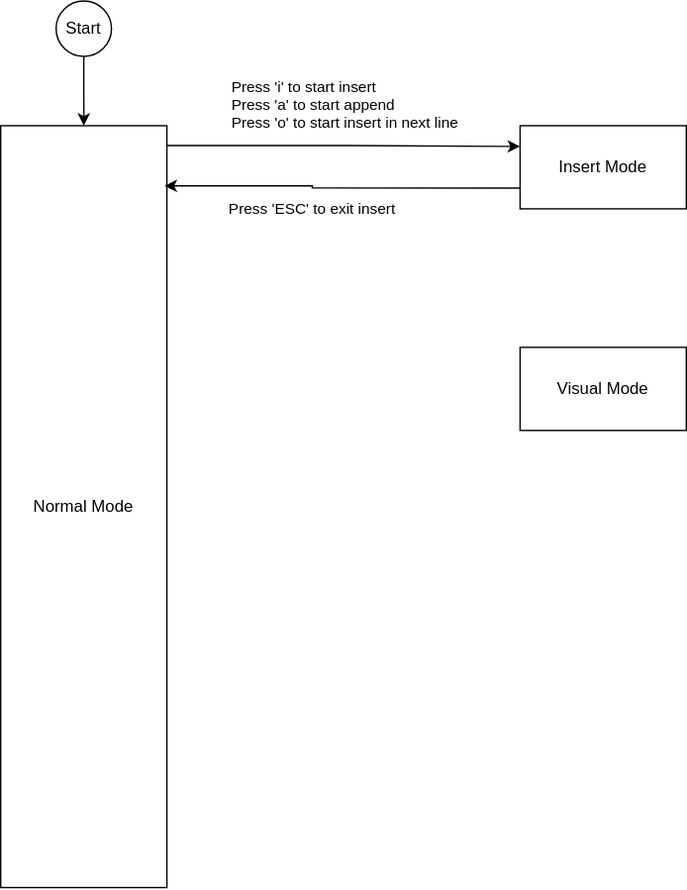
rsvim/rfc keeps this draw.io diagram as images/5-EditingMode.1.drawio.svg. Above is the earlier version. Source tidied: cells renumbered, new cells last; positions are measured from the earlier drawing's top-left corner, leaving out a move shared by most shapes. The source it was exported from:
```xml
<mxGraphModel>
  <root>
    <mxCell id="0" />
    <mxCell id="1" parent="0" />
    <mxCell id="2" style="edgeStyle=orthogonalEdgeStyle;rounded=0;jettySize=auto;html=1;entryX=0;entryY=0.25;entryDx=0;entryDy=0;exitX=0.992;exitY=0.026;exitDx=0;exitDy=0;exitPerimeter=0;" parent="1" edge="1" source="4" target="9">
      <mxGeometry relative="1" as="geometry" />
    </mxCell>
    <mxCell id="3" value="Press 'i' to start insert&amp;nbsp;&lt;div&gt;&lt;span style=&quot;background-color: light-dark(#ffffff, var(--ge-dark-color, #121212)); color: light-dark(rgb(0, 0, 0), rgb(255, 255, 255));&quot;&gt;Press 'a' to start append&lt;/span&gt;&lt;/div&gt;&lt;div&gt;&lt;span style=&quot;background-color: light-dark(#ffffff, var(--ge-dark-color, #121212)); color: light-dark(rgb(0, 0, 0), rgb(255, 255, 255));&quot;&gt;Press 'o' to start insert in next line&lt;/span&gt;&lt;/div&gt;" style="edgeLabel;html=1;align=left;verticalAlign=middle;" parent="2" vertex="1">
      <mxGeometry x="-0.33" y="-1" relative="1" as="geometry">
        <mxPoint x="-41" y="-31" as="offset" />
      </mxGeometry>
    </mxCell>
    <mxCell id="4" value="Normal Mode" style="rounded=0;whiteSpace=wrap;html=1;" parent="1" vertex="1">
      <mxGeometry y="90" width="120" height="550" as="geometry" />
    </mxCell>
    <mxCell id="5" style="edgeStyle=orthogonalEdgeStyle;rounded=0;jettySize=auto;html=1;entryX=0.5;entryY=0;entryDx=0;entryDy=0;" parent="1" edge="1" source="6">
      <mxGeometry relative="1" as="geometry">
        <mxPoint x="60" y="90" as="targetPoint" />
        <Array as="points">
          <mxPoint x="60" y="80" />
          <mxPoint x="60" y="80" />
        </Array>
      </mxGeometry>
    </mxCell>
    <mxCell id="6" value="Start" style="ellipse;whiteSpace=wrap;html=1;" parent="1" vertex="1">
      <mxGeometry x="40" width="40" height="40" as="geometry" />
    </mxCell>
    <mxCell id="7" style="edgeStyle=orthogonalEdgeStyle;rounded=0;jettySize=auto;html=1;entryX=0.986;entryY=0.079;entryDx=0;entryDy=0;exitX=0;exitY=0.75;exitDx=0;exitDy=0;entryPerimeter=0;" parent="1" edge="1" source="9" target="4">
      <mxGeometry relative="1" as="geometry">
        <Array as="points">
          <mxPoint x="225" y="135" />
          <mxPoint x="225" y="133" />
        </Array>
      </mxGeometry>
    </mxCell>
    <mxCell id="8" value="Press 'ESC' to exit insert" style="edgeLabel;html=1;align=left;verticalAlign=middle;" parent="7" vertex="1">
      <mxGeometry x="0.11" y="-1" relative="1" as="geometry">
        <mxPoint x="-69" y="16" as="offset" />
      </mxGeometry>
    </mxCell>
    <mxCell id="9" value="Insert Mode" style="rounded=0;whiteSpace=wrap;html=1;" parent="1" vertex="1">
      <mxGeometry x="375" y="90" width="120" height="60" as="geometry" />
    </mxCell>
    <mxCell id="10" value="Visual Mode" style="rounded=0;whiteSpace=wrap;html=1;" parent="1" vertex="1">
      <mxGeometry x="375" y="250" width="120" height="60" as="geometry" />
    </mxCell>
  </root>
</mxGraphModel>
```
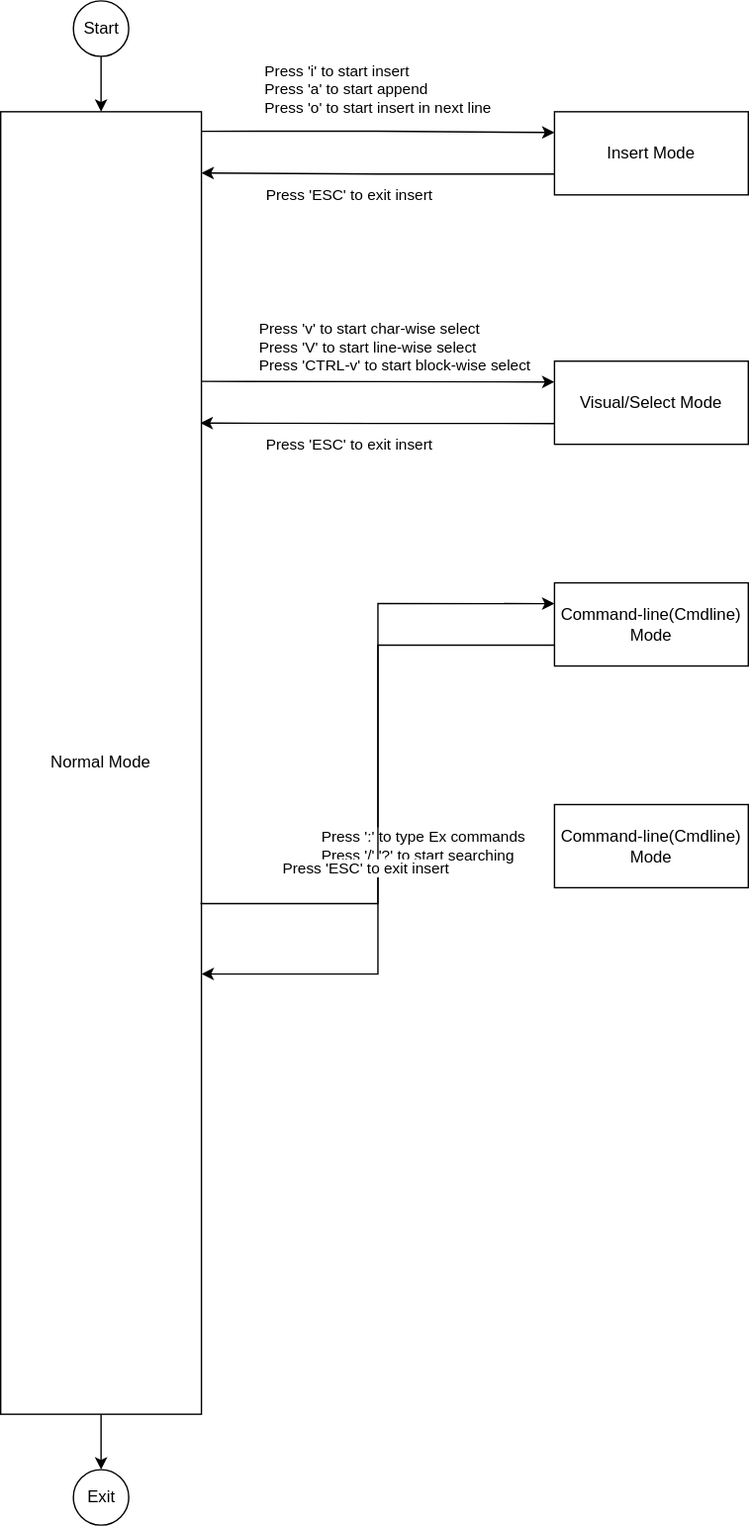
After the commit.

Diff of the diagram source:
```diff
@@ -2,7 +2,7 @@
   <root>
     <mxCell id="0" />
     <mxCell id="1" parent="0" />
-    <mxCell id="2" style="edgeStyle=orthogonalEdgeStyle;rounded=0;jettySize=auto;html=1;entryX=0;entryY=0.25;entryDx=0;entryDy=0;exitX=0.992;exitY=0.026;exitDx=0;exitDy=0;exitPerimeter=0;" parent="1" edge="1" source="4" target="9">
+    <mxCell id="2" style="edgeStyle=orthogonalEdgeStyle;rounded=0;jettySize=auto;html=1;entryX=0;entryY=0.25;entryDx=0;entryDy=0;exitX=0.995;exitY=0.015;exitDx=0;exitDy=0;exitPerimeter=0;" parent="1" edge="1" source="4" target="9">
       <mxGeometry relative="1" as="geometry" />
     </mxCell>
     <mxCell id="3" value="Press 'i' to start insert&amp;nbsp;&lt;div&gt;&lt;span style=&quot;background-color: light-dark(#ffffff, var(--ge-dark-color, #121212)); color: light-dark(rgb(0, 0, 0), rgb(255, 255, 255));&quot;&gt;Press 'a' to start append&lt;/span&gt;&lt;/div&gt;&lt;div&gt;&lt;span style=&quot;background-color: light-dark(#ffffff, var(--ge-dark-color, #121212)); color: light-dark(rgb(0, 0, 0), rgb(255, 255, 255));&quot;&gt;Press 'o' to start insert in next line&lt;/span&gt;&lt;/div&gt;" style="edgeLabel;html=1;align=left;verticalAlign=middle;" parent="2" vertex="1">
@@ -10,28 +10,28 @@
         <mxPoint x="-41" y="-31" as="offset" />
       </mxGeometry>
     </mxCell>
+    <mxCell id="11" style="edgeStyle=orthogonalEdgeStyle;rounded=0;jettySize=auto;html=1;entryX=0;entryY=0.25;entryDx=0;entryDy=0;exitX=0.991;exitY=0.207;exitDx=0;exitDy=0;exitPerimeter=0;" parent="1" edge="1" source="4" target="10">
+      <mxGeometry relative="1" as="geometry" />
+    </mxCell>
+    <mxCell id="12" value="Press 'v' to start char-wise select&lt;div&gt;Press 'V' to start line-wise select&lt;/div&gt;&lt;div&gt;Press 'CTRL-v' to start block-wise select&lt;/div&gt;" style="edgeLabel;html=1;align=left;verticalAlign=middle;" parent="11" vertex="1">
+      <mxGeometry x="-0.39" y="-1" relative="1" as="geometry">
+        <mxPoint x="-37" y="-26" as="offset" />
+      </mxGeometry>
+    </mxCell>
+    <mxCell id="13" style="edgeStyle=orthogonalEdgeStyle;rounded=0;jettySize=auto;html=1;entryX=0.5;entryY=0;entryDx=0;entryDy=0;" parent="1" edge="1" source="4" target="18">
+      <mxGeometry relative="1" as="geometry" />
+    </mxCell>
     <mxCell id="4" value="Normal Mode" style="rounded=0;whiteSpace=wrap;html=1;" parent="1" vertex="1">
-      <mxGeometry y="90" width="120" height="550" as="geometry" />
+      <mxGeometry x="-25" y="70" width="145" height="940" as="geometry" />
     </mxCell>
-    <mxCell id="5" style="edgeStyle=orthogonalEdgeStyle;rounded=0;jettySize=auto;html=1;entryX=0.5;entryY=0;entryDx=0;entryDy=0;" parent="1" edge="1" source="6">
-      <mxGeometry relative="1" as="geometry">
-        <mxPoint x="60" y="90" as="targetPoint" />
-        <Array as="points">
-          <mxPoint x="60" y="80" />
-          <mxPoint x="60" y="80" />
-        </Array>
-      </mxGeometry>
-    </mxCell>
+    <mxCell id="14" style="edgeStyle=orthogonalEdgeStyle;rounded=0;jettySize=auto;html=1;entryX=0.5;entryY=0;entryDx=0;entryDy=0;" parent="1" edge="1" source="6" target="4">
+      <mxGeometry relative="1" as="geometry" />
+    </mxCell>
     <mxCell id="6" value="Start" style="ellipse;whiteSpace=wrap;html=1;" parent="1" vertex="1">
-      <mxGeometry x="40" width="40" height="40" as="geometry" />
+      <mxGeometry x="27.5" y="-10" width="40" height="40" as="geometry" />
     </mxCell>
-    <mxCell id="7" style="edgeStyle=orthogonalEdgeStyle;rounded=0;jettySize=auto;html=1;entryX=0.986;entryY=0.079;entryDx=0;entryDy=0;exitX=0;exitY=0.75;exitDx=0;exitDy=0;entryPerimeter=0;" parent="1" edge="1" source="9" target="4">
-      <mxGeometry relative="1" as="geometry">
-        <Array as="points">
-          <mxPoint x="225" y="135" />
-          <mxPoint x="225" y="133" />
-        </Array>
-      </mxGeometry>
+    <mxCell id="7" style="edgeStyle=orthogonalEdgeStyle;rounded=0;jettySize=auto;html=1;exitX=0;exitY=0.75;exitDx=0;exitDy=0;entryX=1;entryY=0.047;entryDx=0;entryDy=0;entryPerimeter=0;" parent="1" edge="1" source="9" target="4">
+      <mxGeometry relative="1" as="geometry" />
     </mxCell>
     <mxCell id="8" value="Press 'ESC' to exit insert" style="edgeLabel;html=1;align=left;verticalAlign=middle;" parent="7" vertex="1">
       <mxGeometry x="0.11" y="-1" relative="1" as="geometry">
@@ -39,10 +39,43 @@
       </mxGeometry>
     </mxCell>
     <mxCell id="9" value="Insert Mode" style="rounded=0;whiteSpace=wrap;html=1;" parent="1" vertex="1">
-      <mxGeometry x="375" y="90" width="120" height="60" as="geometry" />
+      <mxGeometry x="375" y="70" width="140" height="60" as="geometry" />
     </mxCell>
-    <mxCell id="10" value="Visual Mode" style="rounded=0;whiteSpace=wrap;html=1;" parent="1" vertex="1">
-      <mxGeometry x="375" y="250" width="120" height="60" as="geometry" />
+    <mxCell id="10" value="Visual/Select Mode" style="rounded=0;whiteSpace=wrap;html=1;" parent="1" vertex="1">
+      <mxGeometry x="375" y="250" width="140" height="60" as="geometry" />
     </mxCell>
+    <mxCell id="15" style="edgeStyle=orthogonalEdgeStyle;rounded=0;jettySize=auto;html=1;exitX=0;exitY=0.75;exitDx=0;exitDy=0;entryX=0.995;entryY=0.239;entryDx=0;entryDy=0;entryPerimeter=0;" parent="1" edge="1" source="10" target="4">
+      <mxGeometry relative="1" as="geometry" />
+    </mxCell>
+    <mxCell id="16" value="Press 'ESC' to exit insert" style="edgeLabel;html=1;align=left;verticalAlign=middle;" parent="15" vertex="1">
+      <mxGeometry x="0.11" y="-1" relative="1" as="geometry">
+        <mxPoint x="-69" y="16" as="offset" />
+      </mxGeometry>
+    </mxCell>
+    <mxCell id="17" value="Command-line(Cmdline) Mode" style="rounded=0;whiteSpace=wrap;html=1;" parent="1" vertex="1">
+      <mxGeometry x="375" y="410" width="140" height="60" as="geometry" />
+    </mxCell>
+    <mxCell id="18" value="Exit" style="ellipse;whiteSpace=wrap;html=1;" parent="1" vertex="1">
+      <mxGeometry x="27.5" y="1050" width="40" height="40" as="geometry" />
+    </mxCell>
+    <mxCell id="19" style="edgeStyle=orthogonalEdgeStyle;rounded=0;jettySize=auto;html=1;exitX=0.995;exitY=0.608;exitDx=0;exitDy=0;exitPerimeter=0;entryX=0;entryY=0.25;entryDx=0;entryDy=0;" parent="1" edge="1" source="4" target="17">
+      <mxGeometry relative="1" as="geometry" />
+    </mxCell>
+    <mxCell id="20" value="Press ':' to type Ex commands&lt;div&gt;Press '/' '?' to start searching&lt;/div&gt;" style="edgeLabel;html=1;align=left;verticalAlign=middle;" parent="19" vertex="1">
+      <mxGeometry x="-0.39" y="-1" relative="1" as="geometry">
+        <mxPoint x="-43" y="-26" as="offset" />
+      </mxGeometry>
+    </mxCell>
+    <mxCell id="21" style="edgeStyle=orthogonalEdgeStyle;rounded=0;jettySize=auto;html=1;entryX=1;entryY=0.662;entryDx=0;entryDy=0;entryPerimeter=0;exitX=0;exitY=0.75;exitDx=0;exitDy=0;" parent="1" edge="1" source="17" target="4">
+      <mxGeometry relative="1" as="geometry" />
+    </mxCell>
+    <mxCell id="22" value="Press 'ESC' to exit insert" style="edgeLabel;html=1;align=left;verticalAlign=middle;" parent="21" vertex="1">
+      <mxGeometry x="0.11" y="-1" relative="1" as="geometry">
+        <mxPoint x="-69" y="16" as="offset" />
+      </mxGeometry>
+    </mxCell>
+    <mxCell id="23" value="Command-line(Cmdline) Mode" style="rounded=0;whiteSpace=wrap;html=1;" parent="1" vertex="1">
+      <mxGeometry x="375" y="570" width="140" height="60" as="geometry" />
+    </mxCell>
   </root>
 </mxGraphModel>
```
